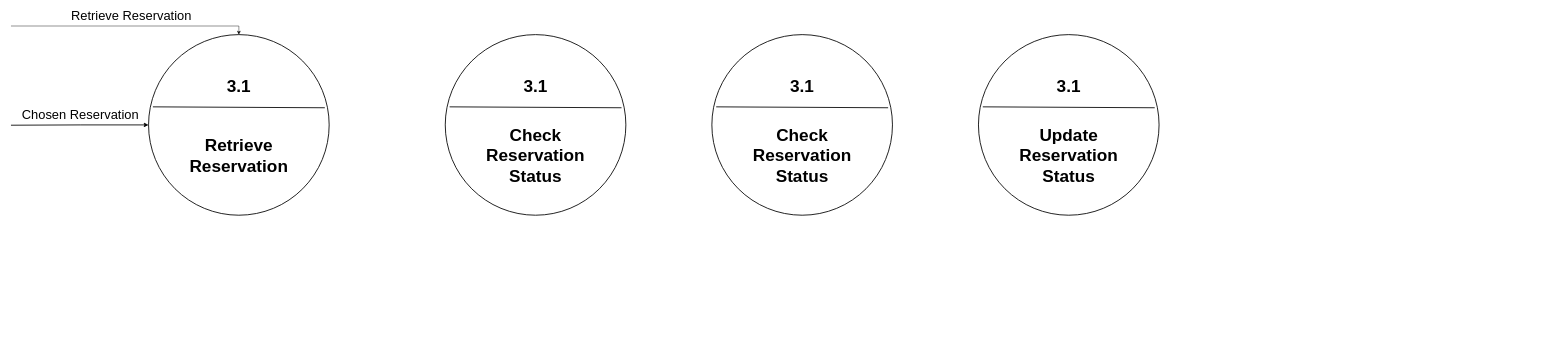
The draw.io diagram CC13/ExplosionOfProcess3.0.drawio in doyaoencab/draw.io, before the edit. Source tidied: cells renumbered, new cells numbered last; positions are measured from the earlier drawing's top-left corner, leaving out a move shared by most shapes. Both pictures are drawn from the tidied source at 43%, with x=0, y=0 at pixel (11, 9).
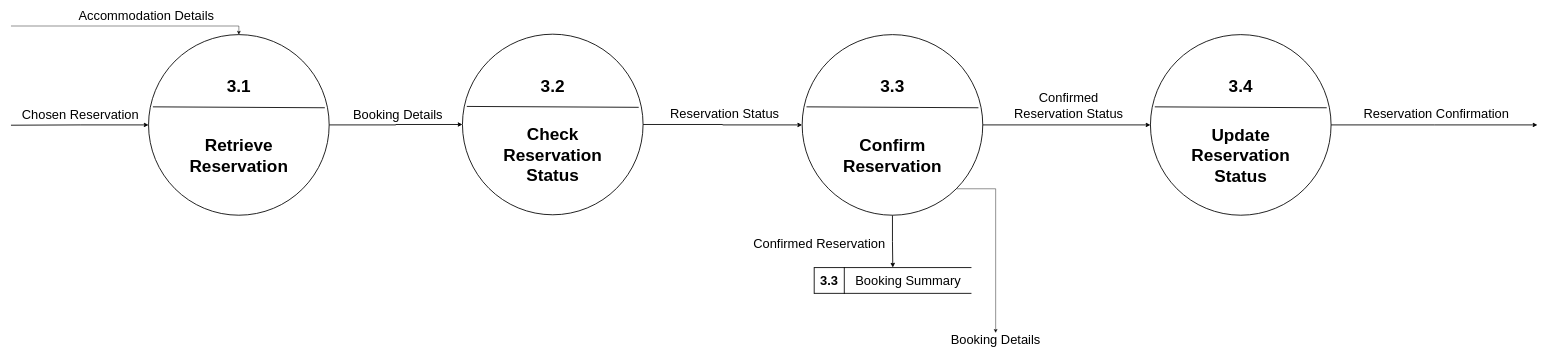
After the change.

Unchanged cells that the change refers to:
```xml
<mxCell id="4" style="ellipse;whiteSpace=wrap;html=1;strokeWidth=2;" parent="1" vertex="1">
  <mxGeometry x="320" y="60" width="420" height="420" as="geometry" />
</mxCell>
```

The edit, as a diff of the source:
```diff
@@
+    <mxCell id="22" style="edgeStyle=orthogonalEdgeStyle;rounded=0;jettySize=auto;html=1;exitX=1;exitY=0.5;exitDx=0;exitDy=0;entryX=0;entryY=0.5;entryDx=0;entryDy=0;strokeWidth=2;" parent="1" edge="1" source="4" target="10">
+      <mxGeometry relative="1" as="geometry" />
+    </mxCell>
@@
-    <mxCell id="9" value="&lt;font style=&quot;font-size: 30px;&quot;&gt;Retrieve Reservation&lt;/font&gt;" style="text;html=1;align=center;verticalAlign=middle;whiteSpace=wrap;rounded=0;" parent="1" vertex="1">
-      <mxGeometry x="130" width="300" height="30" as="geometry" />
+    <mxCell id="9" value="&lt;font style=&quot;font-size: 30px;&quot;&gt;Accommodation Details&lt;/font&gt;" style="text;html=1;align=center;verticalAlign=middle;whiteSpace=wrap;rounded=0;" parent="1" vertex="1">
+      <mxGeometry x="130" width="370" height="30" as="geometry" />
     </mxCell>
+    <mxCell id="23" style="edgeStyle=orthogonalEdgeStyle;rounded=0;jettySize=auto;html=1;entryX=0;entryY=0.5;entryDx=0;entryDy=0;strokeWidth=2;" parent="1" edge="1" source="10" target="14">
+      <mxGeometry relative="1" as="geometry" />
+    </mxCell>
     <mxCell id="10" style="ellipse;whiteSpace=wrap;html=1;strokeWidth=2;" parent="1" vertex="1">
-      <mxGeometry x="1010" y="60" width="420" height="420" as="geometry" />
+      <mxGeometry x="1050" y="59" width="420" height="420" as="geometry" />
     </mxCell>
@@
-    <mxCell id="12" value="&lt;b&gt;&lt;font&gt;3.1&lt;/font&gt;&lt;/b&gt;" style="text;html=1;align=center;verticalAlign=middle;whiteSpace=wrap;rounded=0;fontSize=40;strokeWidth=2;" parent="1" vertex="1">
-      <mxGeometry x="1190" y="165" width="60" height="30" as="geometry" />
+    <mxCell id="12" value="&lt;b&gt;&lt;font&gt;3.2&lt;/font&gt;&lt;/b&gt;" style="text;html=1;align=center;verticalAlign=middle;whiteSpace=wrap;rounded=0;fontSize=40;strokeWidth=2;" parent="1" vertex="1">
+      <mxGeometry x="1230" y="164" width="60" height="30" as="geometry" />
     </mxCell>
     <mxCell id="13" value="&lt;b&gt;&lt;font&gt;Check Reservation Status&lt;/font&gt;&lt;/b&gt;" style="text;html=1;align=center;verticalAlign=middle;whiteSpace=wrap;rounded=0;strokeWidth=2;fontSize=40;" parent="1" vertex="1">
-      <mxGeometry x="1120" y="260" width="200" height="160" as="geometry" />
+      <mxGeometry x="1160" y="259" width="200" height="160" as="geometry" />
     </mxCell>
+    <mxCell id="24" style="edgeStyle=orthogonalEdgeStyle;rounded=0;jettySize=auto;html=1;exitX=0.5;exitY=1;exitDx=0;exitDy=0;entryX=0;entryY=0.5;entryDx=0;entryDy=0;strokeWidth=2;" parent="1" edge="1" source="14" target="28">
+      <mxGeometry relative="1" as="geometry" />
+    </mxCell>
+    <mxCell id="25" style="edgeStyle=orthogonalEdgeStyle;rounded=0;jettySize=auto;html=1;strokeWidth=2;" parent="1" edge="1" source="14" target="18">
+      <mxGeometry relative="1" as="geometry" />
+    </mxCell>
     <mxCell id="14" style="ellipse;whiteSpace=wrap;html=1;strokeWidth=2;" parent="1" vertex="1">
-      <mxGeometry x="1630" y="60" width="420" height="420" as="geometry" />
+      <mxGeometry x="1840" y="60" width="420" height="420" as="geometry" />
     </mxCell>
@@
-    <mxCell id="16" value="&lt;b&gt;&lt;font&gt;3.1&lt;/font&gt;&lt;/b&gt;" style="text;html=1;align=center;verticalAlign=middle;whiteSpace=wrap;rounded=0;fontSize=40;strokeWidth=2;" parent="1" vertex="1">
-      <mxGeometry x="1810" y="165" width="60" height="30" as="geometry" />
+    <mxCell id="16" value="&lt;b&gt;&lt;font&gt;3.3&lt;/font&gt;&lt;/b&gt;" style="text;html=1;align=center;verticalAlign=middle;whiteSpace=wrap;rounded=0;fontSize=40;strokeWidth=2;" parent="1" vertex="1">
+      <mxGeometry x="2020" y="165" width="60" height="30" as="geometry" />
     </mxCell>
-    <mxCell id="17" value="&lt;b&gt;&lt;font&gt;Check Reservation Status&lt;/font&gt;&lt;/b&gt;" style="text;html=1;align=center;verticalAlign=middle;whiteSpace=wrap;rounded=0;strokeWidth=2;fontSize=40;" parent="1" vertex="1">
-      <mxGeometry x="1740" y="260" width="200" height="160" as="geometry" />
+    <mxCell id="17" value="&lt;b&gt;&lt;font&gt;Confirm Reservation&lt;/font&gt;&lt;/b&gt;" style="text;html=1;align=center;verticalAlign=middle;whiteSpace=wrap;rounded=0;strokeWidth=2;fontSize=40;" parent="1" vertex="1">
+      <mxGeometry x="1950" y="260" width="200" height="160" as="geometry" />
     </mxCell>
+    <mxCell id="26" style="edgeStyle=orthogonalEdgeStyle;rounded=0;jettySize=auto;html=1;strokeWidth=2;" parent="1" edge="1" source="18">
+      <mxGeometry relative="1" as="geometry">
+        <mxPoint x="3550" y="270" as="targetPoint" />
+      </mxGeometry>
+    </mxCell>
     <mxCell id="18" style="ellipse;whiteSpace=wrap;html=1;strokeWidth=2;" parent="1" vertex="1">
-      <mxGeometry x="2250" y="60" width="420" height="420" as="geometry" />
+      <mxGeometry x="2650" y="60" width="420" height="420" as="geometry" />
     </mxCell>
@@
-    <mxCell id="20" value="&lt;b&gt;&lt;font&gt;3.1&lt;/font&gt;&lt;/b&gt;" style="text;html=1;align=center;verticalAlign=middle;whiteSpace=wrap;rounded=0;fontSize=40;strokeWidth=2;" parent="1" vertex="1">
-      <mxGeometry x="2430" y="165" width="60" height="30" as="geometry" />
+    <mxCell id="20" value="&lt;b&gt;&lt;font&gt;3.4&lt;/font&gt;&lt;/b&gt;" style="text;html=1;align=center;verticalAlign=middle;whiteSpace=wrap;rounded=0;fontSize=40;strokeWidth=2;" parent="1" vertex="1">
+      <mxGeometry x="2830" y="165" width="60" height="30" as="geometry" />
     </mxCell>
     <mxCell id="21" value="&lt;b&gt;&lt;font&gt;Update Reservation Status&lt;/font&gt;&lt;/b&gt;" style="text;html=1;align=center;verticalAlign=middle;whiteSpace=wrap;rounded=0;strokeWidth=2;fontSize=40;" parent="1" vertex="1">
-      <mxGeometry x="2360" y="260" width="200" height="160" as="geometry" />
+      <mxGeometry x="2760" y="260" width="200" height="160" as="geometry" />
     </mxCell>
+    <mxCell id="27" value="&lt;font&gt;3.3&lt;/font&gt;" style="shape=partialRectangle;whiteSpace=wrap;html=1;top=0;bottom=0;fillColor=none;fontStyle=1;strokeWidth=2;fontSize=30;" parent="1" vertex="1">
+      <mxGeometry x="1868" y="601.8" width="70" height="60" as="geometry" />
+    </mxCell>
+    <mxCell id="28" style="shape=partialRectangle;whiteSpace=wrap;html=1;top=0;bottom=0;fillColor=none;rotation=90;fontStyle=1;strokeWidth=2;fontSize=30;" parent="1" vertex="1">
+      <mxGeometry x="2020.8" y="450" width="60" height="363.5" as="geometry" />
+    </mxCell>
+    <mxCell id="29" value="&lt;font&gt;Booking Summary&lt;/font&gt;" style="text;html=1;align=center;verticalAlign=middle;whiteSpace=wrap;rounded=0;strokeWidth=2;fontSize=30;" parent="1" vertex="1">
+      <mxGeometry x="1948.5" y="616.8" width="274.5" height="30" as="geometry" />
+    </mxCell>
+    <mxCell id="30" value="&lt;span style=&quot;font-size: 30px;&quot;&gt;Booking Details&lt;/span&gt;" style="text;html=1;align=center;verticalAlign=middle;whiteSpace=wrap;rounded=0;" parent="1" vertex="1">
+      <mxGeometry x="750" y="230" width="300" height="30" as="geometry" />
+    </mxCell>
+    <mxCell id="31" style="edgeStyle=orthogonalEdgeStyle;rounded=0;jettySize=auto;html=1;exitX=0.5;exitY=0;exitDx=0;exitDy=0;entryX=1;entryY=1;entryDx=0;entryDy=0;startArrow=classic;startFill=1;endArrow=none;endFill=0;" parent="1" edge="1" source="32" target="14">
+      <mxGeometry relative="1" as="geometry">
+        <Array as="points">
+          <mxPoint x="2290" y="418" />
+        </Array>
+      </mxGeometry>
+    </mxCell>
+    <mxCell id="32" value="&lt;font style=&quot;font-size: 30px;&quot;&gt;Booking Details&lt;/font&gt;" style="text;html=1;align=center;verticalAlign=middle;whiteSpace=wrap;rounded=0;" parent="1" vertex="1">
+      <mxGeometry x="2140" y="753.5" width="300" height="30" as="geometry" />
+    </mxCell>
+    <mxCell id="33" value="&lt;span style=&quot;font-size: 30px;&quot;&gt;Reservation Status&lt;/span&gt;" style="text;html=1;align=center;verticalAlign=middle;whiteSpace=wrap;rounded=0;" parent="1" vertex="1">
+      <mxGeometry x="1510" y="229" width="300" height="30" as="geometry" />
+    </mxCell>
+    <mxCell id="34" value="&lt;span style=&quot;font-size: 30px;&quot;&gt;Reservation Confirmation&lt;/span&gt;" style="text;html=1;align=center;verticalAlign=middle;whiteSpace=wrap;rounded=0;" parent="1" vertex="1">
+      <mxGeometry x="3130" y="229" width="370" height="30" as="geometry" />
+    </mxCell>
+    <mxCell id="35" value="&lt;span style=&quot;font-size: 30px;&quot;&gt;Confirmed Reservation Status&lt;/span&gt;" style="text;html=1;align=center;verticalAlign=middle;whiteSpace=wrap;rounded=0;" parent="1" vertex="1">
+      <mxGeometry x="2310" y="210" width="300" height="30" as="geometry" />
+    </mxCell>
+    <mxCell id="36" value="&lt;span style=&quot;font-size: 30px;&quot;&gt;Confirmed Reservation&lt;/span&gt;" style="text;html=1;align=center;verticalAlign=middle;whiteSpace=wrap;rounded=0;" parent="1" vertex="1">
+      <mxGeometry x="1700" y="530" width="360" height="30" as="geometry" />
+    </mxCell>
```
